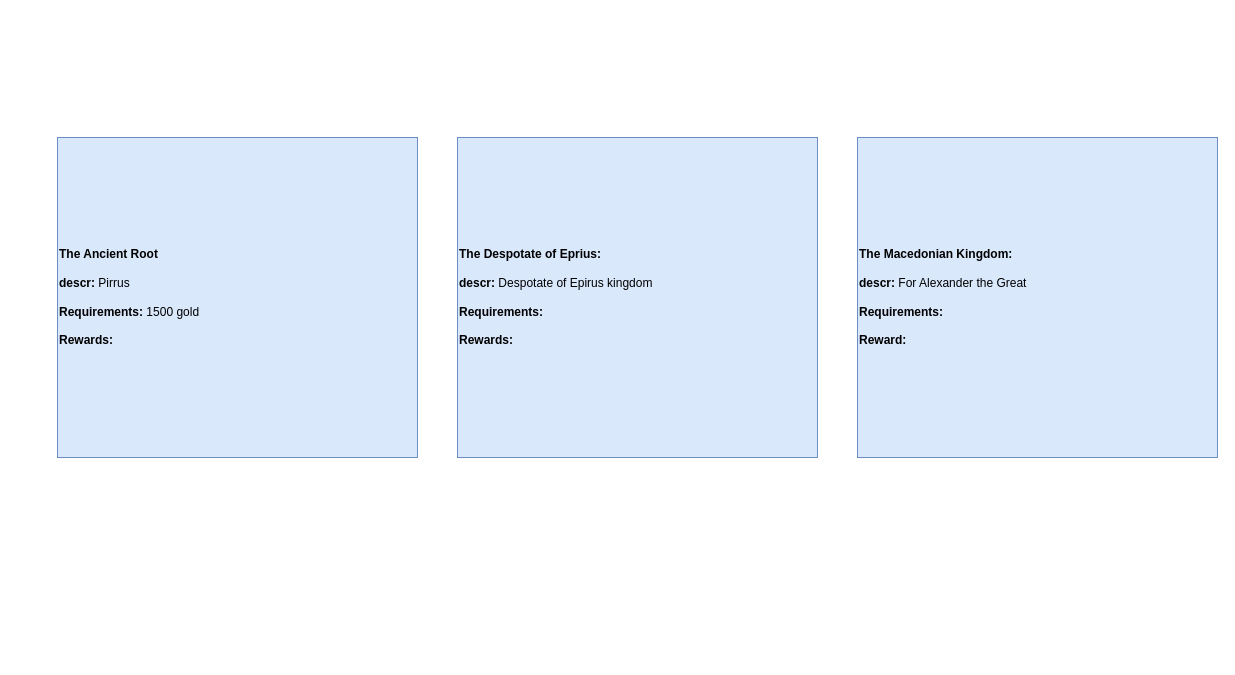
Melvasul/Missions-Expanded keeps this draw.io diagram as page "Decisions" (2 of 3) of Epirus/Epirus.drawio. Above is the earlier version. Source tidied: cells renumbered, new cells numbered last; positions are measured from the earlier drawing's top-left corner, leaving out a move shared by most shapes. Both pictures are drawn from the tidied source at 100%, with x=0, y=0 at pixel (57, 137).
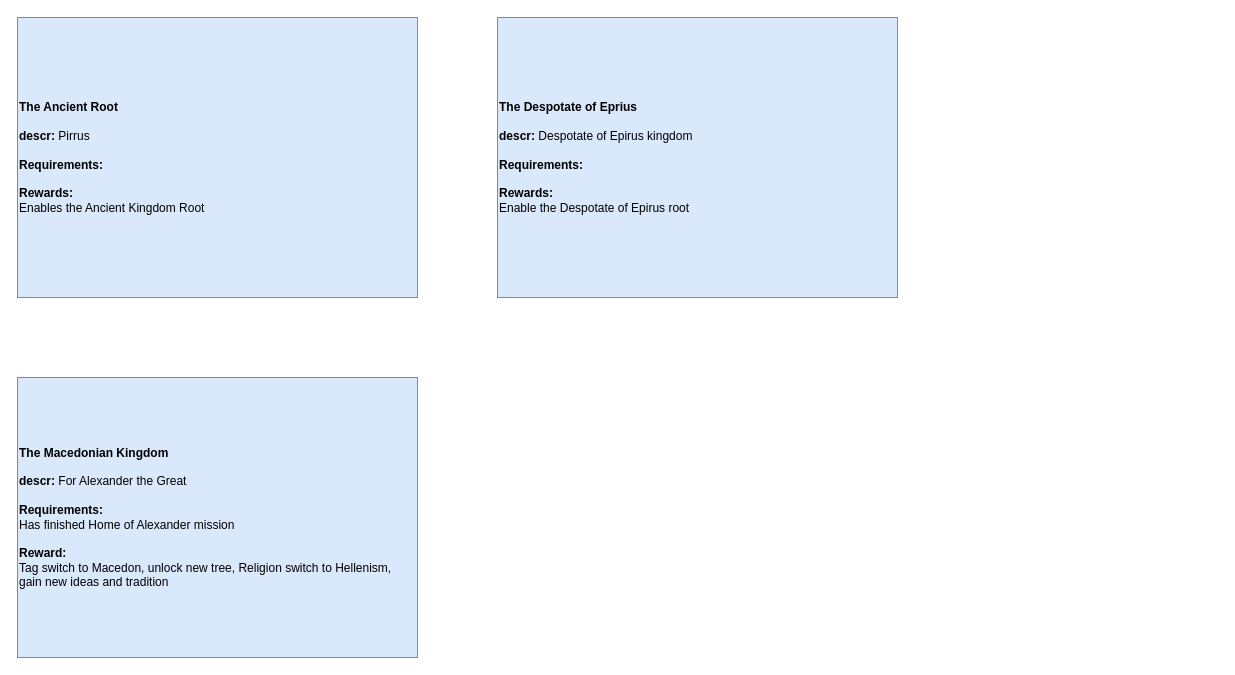
The same page after the edit.

Diff of the diagram source:
```diff
@@
 <mxGraphModel>
   <root>
     <mxCell id="0" />
     <mxCell id="1" parent="0" />
-    <mxCell id="2" value="&lt;b&gt;The Ancient Root&lt;br&gt;&lt;/b&gt;&lt;br&gt;&lt;b&gt;descr:&lt;/b&gt;&amp;nbsp;Pirrus&lt;br&gt;&lt;br&gt;&lt;b&gt;Requirements:&lt;/b&gt; 1500 gold&lt;br&gt;&lt;br&gt;&lt;b&gt;Rewards:&lt;/b&gt;&amp;nbsp;" style="rounded=0;whiteSpace=wrap;html=1;align=left;fillColor=#dae8fc;strokeColor=#6c8ebf;" parent="1" vertex="1">
-      <mxGeometry width="360" height="320" as="geometry" />
+    <mxCell id="2" value="&lt;b&gt;The Ancient Root&lt;br&gt;&lt;/b&gt;&lt;br&gt;&lt;b&gt;descr:&lt;/b&gt;&amp;nbsp;Pirrus&lt;br&gt;&lt;br&gt;&lt;b&gt;Requirements:&lt;/b&gt;&lt;br&gt;&lt;br&gt;&lt;b&gt;Rewards:&lt;/b&gt;&amp;nbsp;&lt;br&gt;Enables the Ancient Kingdom Root" style="rounded=0;whiteSpace=wrap;html=1;align=left;fillColor=#dae8fc;strokeColor=#6c8ebf;" parent="1" vertex="1">
+      <mxGeometry x="-40" y="-120" width="400" height="280" as="geometry" />
     </mxCell>
-    <mxCell id="3" value="&lt;b&gt;The Despotate of Eprius:&lt;br&gt;&lt;/b&gt;&lt;br&gt;&lt;b&gt;descr:&lt;/b&gt;&amp;nbsp;Despotate of Epirus kingdom&lt;br&gt;&lt;br&gt;&lt;b&gt;Requirements:&lt;br&gt;&lt;/b&gt;&lt;br&gt;&lt;b&gt;Rewards:&lt;/b&gt;&amp;nbsp;" style="rounded=0;whiteSpace=wrap;html=1;align=left;fillColor=#dae8fc;strokeColor=#6c8ebf;" parent="1" vertex="1">
-      <mxGeometry x="400" width="360" height="320" as="geometry" />
+    <mxCell id="3" value="&lt;b&gt;The Despotate of Eprius&lt;br&gt;&lt;/b&gt;&lt;br&gt;&lt;b&gt;descr:&lt;/b&gt;&amp;nbsp;Despotate of Epirus kingdom&lt;br&gt;&lt;br&gt;&lt;b&gt;Requirements:&lt;br&gt;&lt;/b&gt;&lt;br&gt;&lt;b&gt;Rewards:&lt;/b&gt;&amp;nbsp;&lt;br&gt;Enable the Despotate of Epirus root" style="rounded=0;whiteSpace=wrap;html=1;align=left;fillColor=#dae8fc;strokeColor=#6c8ebf;" parent="1" vertex="1">
+      <mxGeometry x="440" y="-120" width="400" height="280" as="geometry" />
     </mxCell>
-    <mxCell id="4" value="&lt;b&gt;The Macedonian Kingdom:&lt;/b&gt;&lt;br&gt;&lt;br&gt;&lt;b&gt;descr:&lt;/b&gt;&amp;nbsp;For Alexander the Great&lt;br&gt;&lt;br&gt;&lt;b&gt;Requirements:&lt;/b&gt;&lt;br&gt;&lt;br&gt;&lt;b&gt;Reward:&lt;/b&gt;&amp;nbsp;" style="rounded=0;whiteSpace=wrap;html=1;align=left;fillColor=#dae8fc;strokeColor=#6c8ebf;" parent="1" vertex="1">
-      <mxGeometry x="800" width="360" height="320" as="geometry" />
+    <mxCell id="4" value="&lt;b&gt;The Macedonian Kingdom&lt;/b&gt;&lt;br&gt;&lt;br&gt;&lt;b&gt;descr:&lt;/b&gt;&amp;nbsp;For Alexander the Great&lt;br&gt;&lt;br&gt;&lt;b&gt;Requirements:&lt;/b&gt;&lt;br&gt;Has finished Home of Alexander mission&lt;br&gt;&lt;br&gt;&lt;b&gt;Reward:&lt;/b&gt;&amp;nbsp;&lt;br&gt;Tag switch to Macedon, unlock new tree, Religion switch to Hellenism, gain new ideas and tradition" style="rounded=0;whiteSpace=wrap;html=1;align=left;fillColor=#dae8fc;strokeColor=#6c8ebf;" parent="1" vertex="1">
+      <mxGeometry x="-40" y="240" width="400" height="280" as="geometry" />
     </mxCell>
   </root>
 </mxGraphModel>
```
